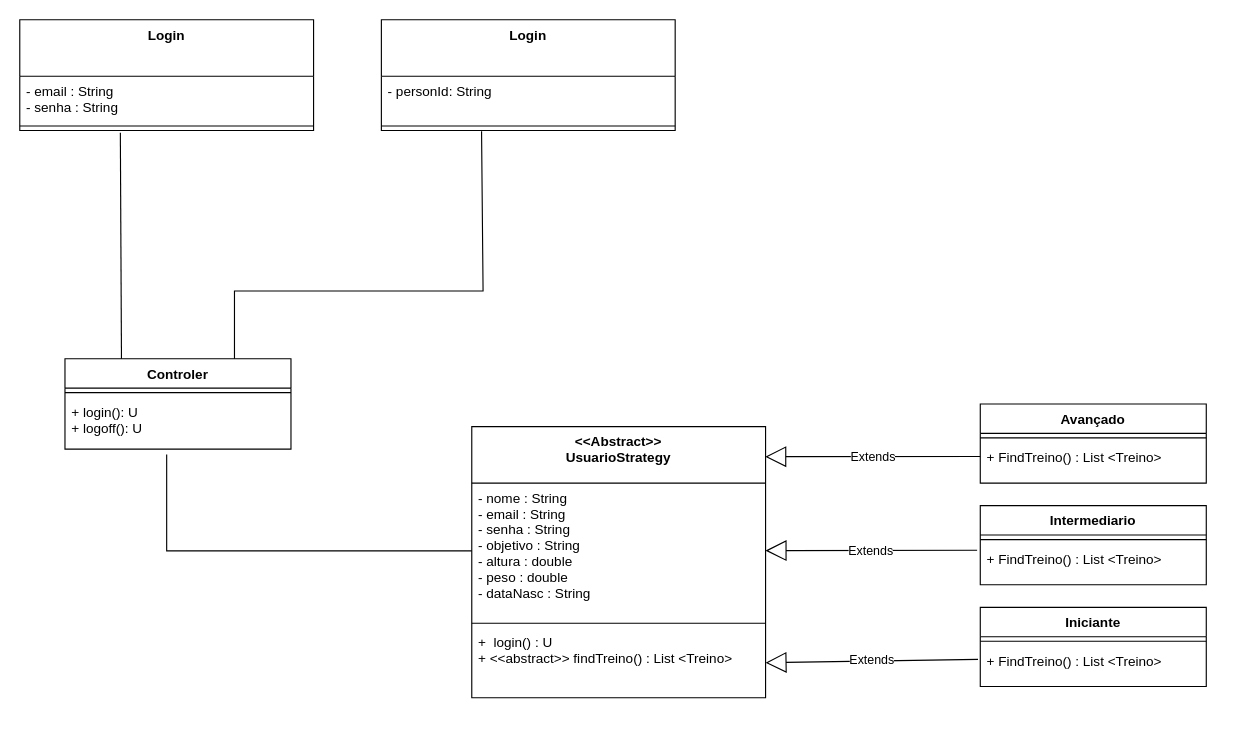
Earlier version of the draw.io diagram documentacao/Diagrama de classe.drawio (SPTechBeFit/BeFit). Source tidied: cells renumbered, new cells numbered last; positions are measured from the earlier drawing's top-left corner, leaving out a move shared by most shapes. Both pictures are drawn from the tidied source at 113%, with x=0, y=0 at pixel (19, 19).
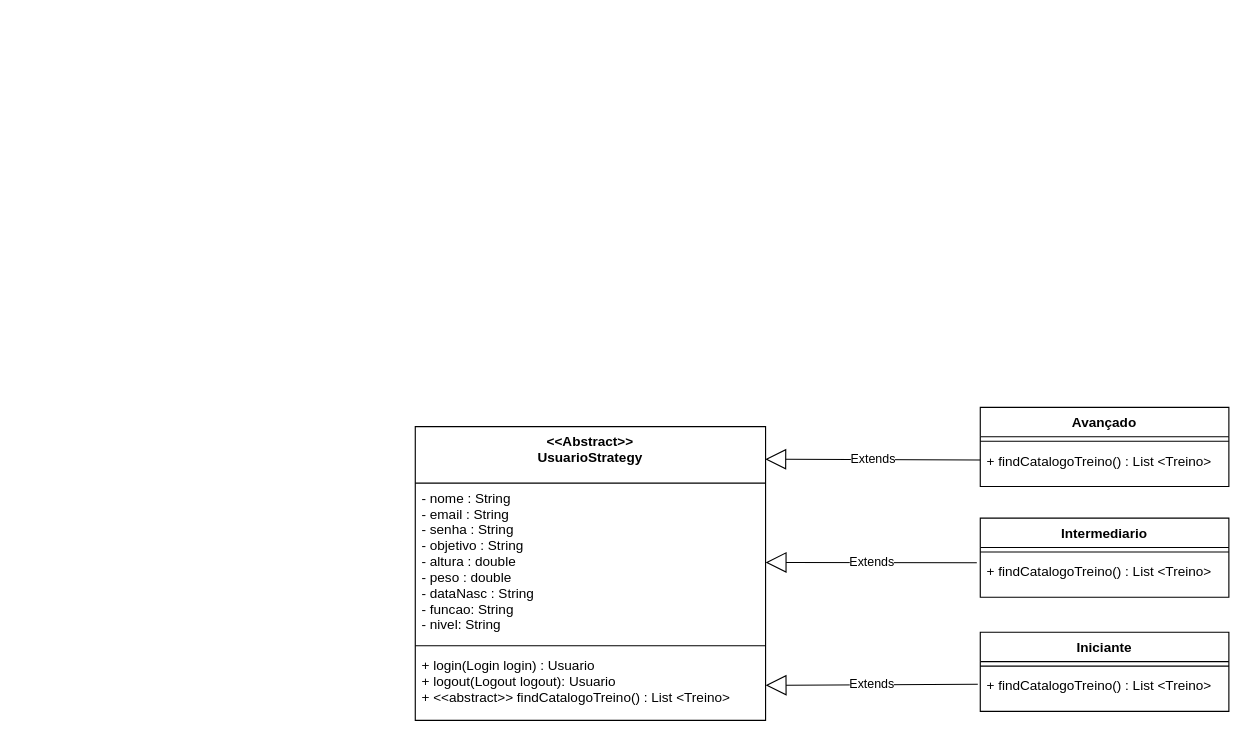
The same diagram, later.

Commit message (it also covers changes not shown here):
removido get senha

Diff of the diagram source:
```diff
@@
     <mxCell id="2" value="&lt;&lt;Abstract&gt;&gt;&#10;UsuarioStrategy" style="swimlane;fontStyle=1;align=center;verticalAlign=top;horizontal=1;startSize=50;" parent="1" vertex="1">
-      <mxGeometry x="400" y="360" width="260" height="240" as="geometry" />
+      <mxGeometry x="350" y="360" width="310" height="260" as="geometry" />
     </mxCell>
-    <mxCell id="3" value="- nome : String&#10;- email : String&#10;- senha : String&#10;- objetivo : String&#10;- altura : double&#10;- peso : double&#10;- dataNasc : String" style="text;strokeColor=none;fillColor=none;align=left;verticalAlign=top;spacingLeft=4;spacingRight=4;overflow=hidden;points=[[0,0.5],[1,0.5]];portConstraint=eastwest;" parent="2" vertex="1">
-      <mxGeometry y="50" width="260" height="120" as="geometry" />
+    <mxCell id="3" value="- nome : String&#10;- email : String&#10;- senha : String&#10;- objetivo : String&#10;- altura : double&#10;- peso : double&#10;- dataNasc : String&#10;- funcao: String&#10;- nivel: String" style="text;strokeColor=none;fillColor=none;align=left;verticalAlign=top;spacingLeft=4;spacingRight=4;overflow=hidden;points=[[0,0.5],[1,0.5]];portConstraint=eastwest;" parent="2" vertex="1">
+      <mxGeometry y="50" width="310" height="140" as="geometry" />
     </mxCell>
     <mxCell id="4" style="line;strokeWidth=1;fillColor=none;align=left;verticalAlign=middle;spacingTop=-1;spacingLeft=3;spacingRight=3;labelPosition=right;" parent="2" vertex="1">
-      <mxGeometry y="170" width="260" height="8" as="geometry" />
+      <mxGeometry y="190" width="310" height="8" as="geometry" />
     </mxCell>
-    <mxCell id="5" value="+  login() : U&#10;+ &lt;&lt;abstract&gt;&gt; findTreino() : List &lt;Treino&gt;" style="text;strokeColor=none;fillColor=none;align=left;verticalAlign=top;spacingLeft=4;spacingRight=4;overflow=hidden;points=[[0,0.5],[1,0.5]];portConstraint=eastwest;" parent="2" vertex="1">
-      <mxGeometry y="178" width="260" height="62" as="geometry" />
+    <mxCell id="5" value="+ login(Login login) : Usuario&#10;+ logout(Logout logout): Usuario&#10;+ &lt;&lt;abstract&gt;&gt; findCatalogoTreino() : List &lt;Treino&gt;" style="text;strokeColor=none;fillColor=none;align=left;verticalAlign=top;spacingLeft=4;spacingRight=4;overflow=hidden;points=[[0,0.5],[1,0.5]];portConstraint=eastwest;" parent="2" vertex="1">
+      <mxGeometry y="198" width="310" height="62" as="geometry" />
     </mxCell>
     <mxCell id="6" value="Iniciante" style="swimlane;fontStyle=1;align=center;verticalAlign=top;horizontal=1;startSize=26;" parent="1" vertex="1">
-      <mxGeometry x="850" y="520" width="200" height="70" as="geometry" />
+      <mxGeometry x="850" y="542" width="220" height="70" as="geometry" />
     </mxCell>
     <mxCell id="7" style="line;strokeWidth=1;fillColor=none;align=left;verticalAlign=middle;spacingTop=-1;spacingLeft=3;spacingRight=3;labelPosition=right;" parent="6" vertex="1">
-      <mxGeometry y="26" width="200" height="8" as="geometry" />
+      <mxGeometry y="26" width="220" height="8" as="geometry" />
     </mxCell>
-    <mxCell id="8" value="+ FindTreino() : List &lt;Treino&gt;" style="text;strokeColor=none;fillColor=none;align=left;verticalAlign=top;spacingLeft=4;spacingRight=4;overflow=hidden;points=[[0,0.5],[1,0.5]];portConstraint=eastwest;" parent="6" vertex="1">
-      <mxGeometry y="34" width="200" height="36" as="geometry" />
+    <mxCell id="8" value="+ findCatalogoTreino() : List &lt;Treino&gt;" style="text;strokeColor=none;fillColor=none;align=left;verticalAlign=top;spacingLeft=4;spacingRight=4;overflow=hidden;points=[[0,0.5],[1,0.5]];portConstraint=eastwest;" parent="6" vertex="1">
+      <mxGeometry y="34" width="220" height="36" as="geometry" />
     </mxCell>
     <mxCell id="9" value="Intermediario" style="swimlane;fontStyle=1;align=center;verticalAlign=top;horizontal=1;startSize=26;" parent="1" vertex="1">
-      <mxGeometry x="850" y="430" width="200" height="70" as="geometry" />
+      <mxGeometry x="850" y="441" width="220" height="70" as="geometry" />
     </mxCell>
     <mxCell id="10" style="line;strokeWidth=1;fillColor=none;align=left;verticalAlign=middle;spacingTop=-1;spacingLeft=3;spacingRight=3;labelPosition=right;" parent="9" vertex="1">
-      <mxGeometry y="26" width="200" height="8" as="geometry" />
+      <mxGeometry y="26" width="220" height="8" as="geometry" />
     </mxCell>
-    <mxCell id="11" value="+ FindTreino() : List &lt;Treino&gt;" style="text;strokeColor=none;fillColor=none;align=left;verticalAlign=top;spacingLeft=4;spacingRight=4;overflow=hidden;points=[[0,0.5],[1,0.5]];portConstraint=eastwest;" parent="9" vertex="1">
-      <mxGeometry y="34" width="200" height="36" as="geometry" />
+    <mxCell id="11" value="+ findCatalogoTreino() : List &lt;Treino&gt;" style="text;strokeColor=none;fillColor=none;align=left;verticalAlign=top;spacingLeft=4;spacingRight=4;overflow=hidden;points=[[0,0.5],[1,0.5]];portConstraint=eastwest;" parent="9" vertex="1">
+      <mxGeometry y="34" width="220" height="36" as="geometry" />
     </mxCell>
     <mxCell id="12" value="Avançado" style="swimlane;fontStyle=1;align=center;verticalAlign=top;horizontal=1;startSize=26;" parent="1" vertex="1">
-      <mxGeometry x="850" y="340" width="200" height="70" as="geometry" />
+      <mxGeometry x="850" y="343" width="220" height="70" as="geometry" />
     </mxCell>
     <mxCell id="13" style="line;strokeWidth=1;fillColor=none;align=left;verticalAlign=middle;spacingTop=-1;spacingLeft=3;spacingRight=3;labelPosition=right;" parent="12" vertex="1">
-      <mxGeometry y="26" width="200" height="8" as="geometry" />
+      <mxGeometry y="26" width="220" height="8" as="geometry" />
     </mxCell>
-    <mxCell id="14" value="+ FindTreino() : List &lt;Treino&gt;" style="text;strokeColor=none;fillColor=none;align=left;verticalAlign=top;spacingLeft=4;spacingRight=4;overflow=hidden;points=[[0,0.5],[1,0.5]];portConstraint=eastwest;" parent="12" vertex="1">
-      <mxGeometry y="34" width="200" height="36" as="geometry" />
+    <mxCell id="14" value="+ findCatalogoTreino() : List &lt;Treino&gt;" style="text;strokeColor=none;fillColor=none;align=left;verticalAlign=top;spacingLeft=4;spacingRight=4;overflow=hidden;points=[[0,0.5],[1,0.5]];portConstraint=eastwest;" parent="12" vertex="1">
+      <mxGeometry y="34" width="220" height="36" as="geometry" />
     </mxCell>
@@
-    <mxCell id="18" value="Login" style="swimlane;fontStyle=1;align=center;verticalAlign=top;horizontal=1;startSize=50;" parent="1" vertex="1">
-      <mxGeometry width="260" height="98" as="geometry" />
-    </mxCell>
-    <mxCell id="19" value="- email : String&#10;- senha : String&#10;" style="text;strokeColor=none;fillColor=none;align=left;verticalAlign=top;spacingLeft=4;spacingRight=4;overflow=hidden;" parent="18" vertex="1">
-      <mxGeometry y="50" width="260" height="40" as="geometry" />
-    </mxCell>
-    <mxCell id="20" style="line;strokeWidth=1;fillColor=none;align=left;verticalAlign=middle;spacingTop=-1;spacingLeft=3;spacingRight=3;labelPosition=right;" parent="18" vertex="1">
-      <mxGeometry y="90" width="260" height="8" as="geometry" />
-    </mxCell>
-    <mxCell id="21" value="Login" style="swimlane;fontStyle=1;align=center;verticalAlign=top;horizontal=1;startSize=50;" parent="1" vertex="1">
-      <mxGeometry x="320" width="260" height="98" as="geometry" />
-    </mxCell>
-    <mxCell id="22" value="- personId: String" style="text;strokeColor=none;fillColor=none;align=left;verticalAlign=top;spacingLeft=4;spacingRight=4;overflow=hidden;" parent="21" vertex="1">
-      <mxGeometry y="50" width="260" height="40" as="geometry" />
-    </mxCell>
-    <mxCell id="23" style="line;strokeWidth=1;fillColor=none;align=left;verticalAlign=middle;spacingTop=-1;spacingLeft=3;spacingRight=3;labelPosition=right;points=[];portConstraint=eastwest;" parent="21" vertex="1">
-      <mxGeometry y="90" width="260" height="8" as="geometry" />
-    </mxCell>
-    <mxCell id="24" value="Controler" style="swimlane;fontStyle=1;align=center;verticalAlign=top;horizontal=1;startSize=26;" parent="1" vertex="1">
-      <mxGeometry x="40" y="300" width="200" height="80" as="geometry" />
-    </mxCell>
-    <mxCell id="25" style="line;strokeWidth=1;fillColor=none;align=left;verticalAlign=middle;spacingTop=-1;spacingLeft=3;spacingRight=3;labelPosition=right;" parent="24" vertex="1">
-      <mxGeometry y="26" width="200" height="8" as="geometry" />
-    </mxCell>
-    <mxCell id="26" value="+ login(): U&#10;+ logoff(): U&#10;" style="text;strokeColor=none;fillColor=none;align=left;verticalAlign=top;spacingLeft=4;spacingRight=4;overflow=hidden;points=[[0,0.5],[1,0.5]];portConstraint=eastwest;" parent="24" vertex="1">
-      <mxGeometry y="34" width="200" height="46" as="geometry" />
-    </mxCell>
-    <mxCell id="27" style="endArrow=none;html=1;rounded=0;exitX=0.341;exitY=1.083;exitDx=0;exitDy=0;exitPerimeter=0;entryX=0.75;entryY=0;entryDx=0;entryDy=0;" parent="1" edge="1" source="23" target="24">
-      <mxGeometry relative="1" as="geometry">
-        <Array as="points">
-          <mxPoint x="410" y="240" />
-          <mxPoint x="190" y="240" />
-        </Array>
-      </mxGeometry>
-    </mxCell>
-    <mxCell id="28" style="endArrow=none;html=1;rounded=0;exitX=0.25;exitY=0;exitDx=0;exitDy=0;" parent="1" edge="1" source="24">
-      <mxGeometry relative="1" as="geometry">
-        <mxPoint x="89" y="100" as="targetPoint" />
-      </mxGeometry>
-    </mxCell>
-    <mxCell id="29" style="endArrow=none;html=1;rounded=0;entryX=0.45;entryY=1.103;entryDx=0;entryDy=0;entryPerimeter=0;exitX=0;exitY=0.5;exitDx=0;exitDy=0;" parent="1" edge="1" source="3" target="26">
-      <mxGeometry relative="1" as="geometry">
-        <Array as="points">
-          <mxPoint x="130" y="470" />
-        </Array>
-      </mxGeometry>
-    </mxCell>
```
